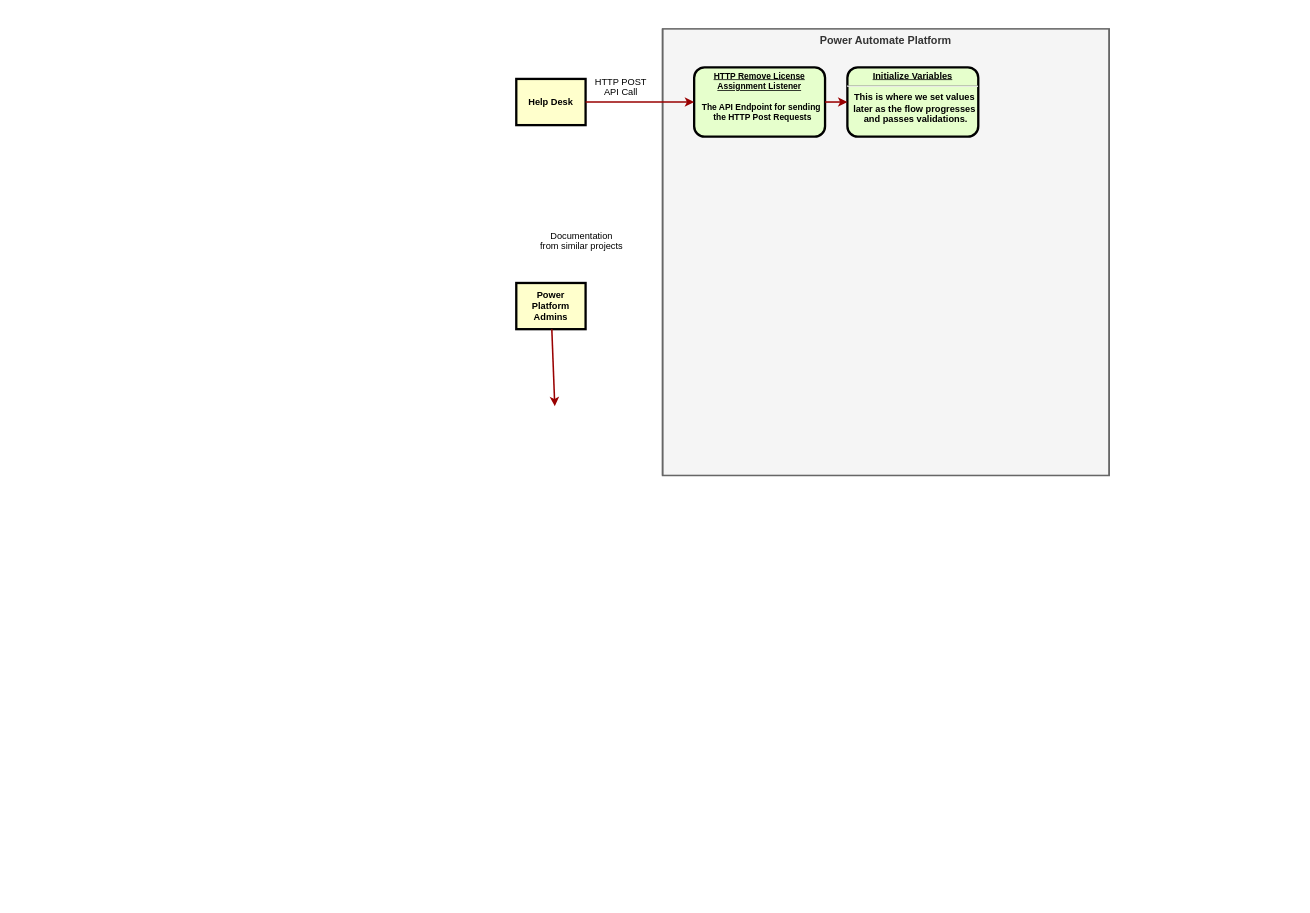
This is page "HTTP Remove Listener" (1 of 2) of Untitled Diagram.drawio from bennettadelson-org/diagrams, a draw.io file, before an edit. Source tidied: cells renumbered, new cells numbered last; positions are measured from the earlier drawing's top-left corner, leaving out a move shared by most shapes. Both pictures are drawn from the tidied source at 77%, with x=0, y=0 at pixel (516, 28).
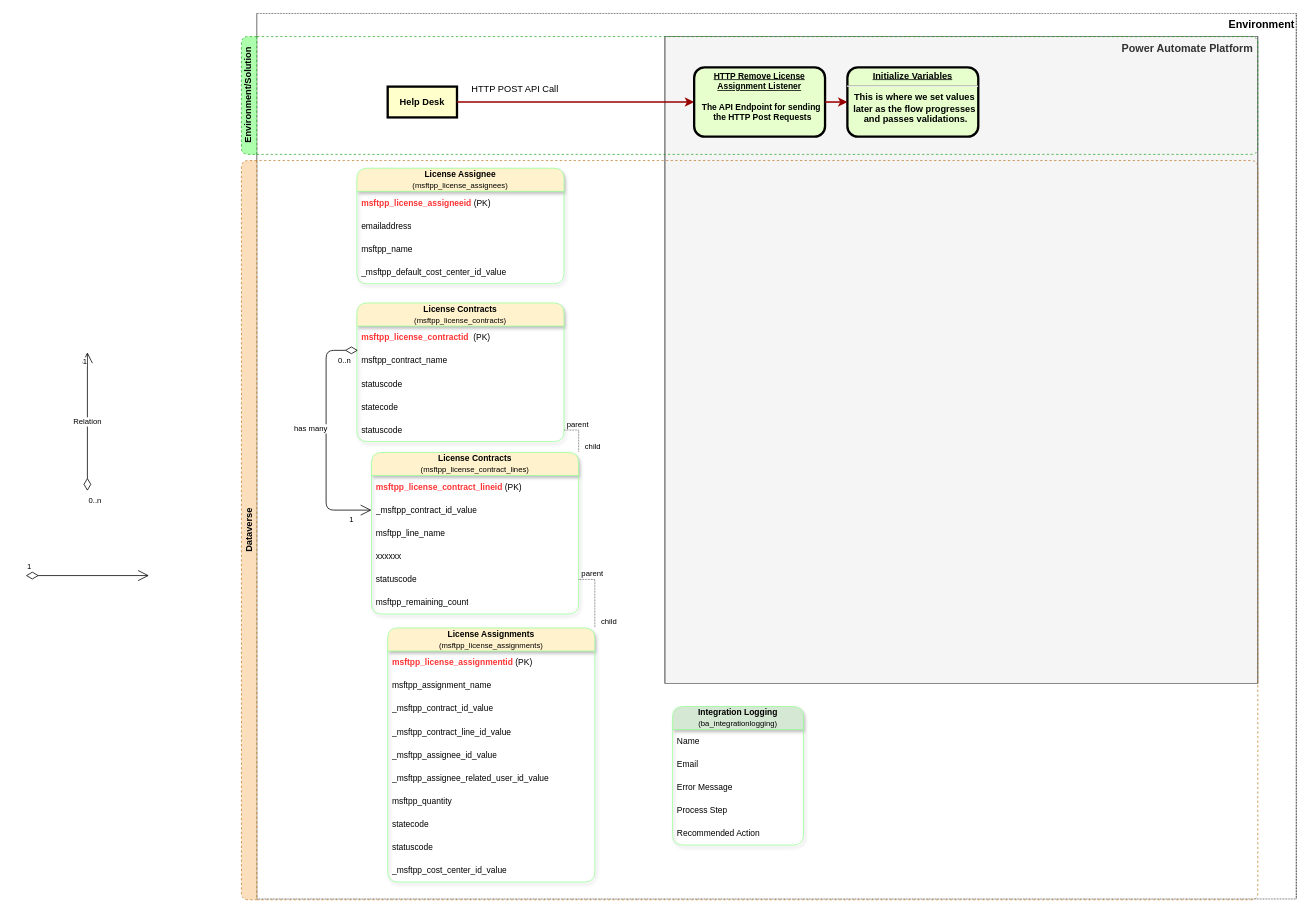
The same diagram, later.

The change refers to these unchanged cells:
```xml
<mxCell id="3" value="&lt;p style=&quot;margin: 0px; margin-top: 4px; text-align: center; text-decoration: underline;&quot;&gt;&lt;/p&gt;&lt;u style=&quot;font-size: 11px;&quot;&gt;&lt;font style=&quot;font-size: 11px;&quot;&gt;HTTP Remove License &lt;br&gt;Assignment Listener&lt;/font&gt;&lt;/u&gt;&lt;p style=&quot;margin: 0px 0px 0px 8px; font-size: 11px;&quot;&gt;&lt;br&gt;&lt;/p&gt;&lt;p style=&quot;margin: 0px 0px 0px 8px; font-size: 11px;&quot;&gt;The API Endpoint for sending&amp;nbsp;&lt;/p&gt;&lt;p style=&quot;margin: 0px 0px 0px 8px; font-size: 11px;&quot;&gt;the HTTP Post Requests&lt;/p&gt;" style="verticalAlign=middle;align=center;overflow=fill;fontSize=12;fontFamily=Helvetica;html=1;rounded=1;fontStyle=1;strokeWidth=3;fillColor=#E6FFCC;" parent="1" vertex="1">
  <mxGeometry x="231" y="50" width="170" height="90" as="geometry" />
</mxCell>
```

The edit, as a diff of the source:
```diff
@@
+    <mxCell id="12" value="Environment" style="shape=process;whiteSpace=wrap;align=right;verticalAlign=top;size=0;fontStyle=1;strokeWidth=1;fontSize=14;rounded=1;arcSize=0;glass=0;dashed=1;shadow=0;fillColor=#FFFFFF;opacity=80;dashPattern=1 1;" parent="1" vertex="1">
+      <mxGeometry x="-337" y="-20" width="1350" height="1150" as="geometry" />
+    </mxCell>
-    <mxCell id="2" value="Power Automate Platform" style="shape=process;whiteSpace=wrap;align=center;verticalAlign=top;size=0;fontStyle=1;strokeWidth=2;fillColor=#f5f5f5;fontSize=14;fontColor=#333333;strokeColor=#666666;" parent="1" vertex="1">
-      <mxGeometry x="190" width="580" height="580" as="geometry" />
+    <mxCell id="2" value="Power Automate Platform " style="shape=process;whiteSpace=wrap;align=right;verticalAlign=top;size=0;fontStyle=1;strokeWidth=1;fillColor=#f5f5f5;fontSize=14;fontColor=#333333;strokeColor=#666666;rounded=1;arcSize=0;" parent="1" vertex="1">
+      <mxGeometry x="193" y="10" width="770" height="840" as="geometry" />
     </mxCell>
+    <mxCell id="13" value="Environment/Solution" style="swimlane;horizontal=0;whiteSpace=wrap;html=1;rounded=1;shadow=0;glass=0;dashed=1;strokeColor=#009900;strokeWidth=1;fontSize=12;fillColor=#99FF99;opacity=80;startSize=20;" parent="1" vertex="1">
+      <mxGeometry x="-357" y="10" width="1320" height="153" as="geometry" />
+    </mxCell>
+    <mxCell id="6" value="Help Desk" style="whiteSpace=wrap;align=center;verticalAlign=middle;fontStyle=1;strokeWidth=3;fillColor=#FFFFCC;" parent="13" vertex="1">
+      <mxGeometry x="190" y="65" width="90" height="40" as="geometry" />
+    </mxCell>
+    <mxCell id="8" value="HTTP POST API Call" style="text;spacingTop=-5;align=center;" parent="13" vertex="1">
+      <mxGeometry x="320" y="59" width="71" height="20" as="geometry" />
+    </mxCell>
+    <mxCell id="10" style="edgeStyle=elbowEdgeStyle;elbow=horizontal;strokeColor=#990000;strokeWidth=2;exitX=1;exitY=0.5;exitDx=0;exitDy=0;entryX=0;entryY=0.5;entryDx=0;entryDy=0;" parent="1" edge="1" source="6" target="3">
+      <mxGeometry relative="1" as="geometry">
+        <Array as="points">
+          <mxPoint x="43" y="59" />
+        </Array>
+      </mxGeometry>
+    </mxCell>
+    <mxCell id="14" value="Dataverse" style="swimlane;horizontal=0;whiteSpace=wrap;html=1;rounded=1;shadow=0;glass=0;dashed=1;strokeColor=#b46504;strokeWidth=1;fontSize=12;fillColor=#fad7ac;opacity=80;startSize=20;" parent="1" vertex="1">
+      <mxGeometry x="-357" y="171" width="1320" height="960" as="geometry" />
+    </mxCell>
+    <mxCell id="15" value="&lt;b&gt;License Assignee&lt;/b&gt;&lt;br&gt;&lt;font style=&quot;font-size: 10px;&quot;&gt;(msftpp_license_assignees)&lt;/font&gt;" style="swimlane;fontStyle=0;horizontal=1;startSize=30;whiteSpace=wrap;html=1;rounded=1;shadow=1;glass=0;strokeWidth=1;fontSize=11;strokeColor=#99FF99;fillColor=#FFF2CC;" parent="14" vertex="1">
+      <mxGeometry x="150" y="10" width="269" height="150" as="geometry" />
+    </mxCell>
+    <mxCell id="16" value="msftpp_license_assigneeid&amp;nbsp;&lt;span style=&quot;font-weight: normal;&quot;&gt;&lt;font style=&quot;border-color: var(--border-color);&quot; color=&quot;#000000&quot;&gt;(PK)&lt;/font&gt;&lt;/span&gt;" style="text;strokeColor=none;fillColor=none;align=left;verticalAlign=middle;spacingLeft=4;spacingRight=4;overflow=hidden;whiteSpace=wrap;html=1;fontSize=11;fontStyle=1;shadow=0;fontColor=#FF3333;" parent="15" vertex="1">
+      <mxGeometry y="30" width="269" height="30" as="geometry" />
+    </mxCell>
+    <mxCell id="17" value="emailaddress" style="text;strokeColor=none;fillColor=none;align=left;verticalAlign=middle;spacingLeft=4;spacingRight=4;overflow=hidden;whiteSpace=wrap;html=1;fontSize=11;fontStyle=0;" parent="15" vertex="1">
+      <mxGeometry y="60" width="269" height="30" as="geometry" />
+    </mxCell>
+    <mxCell id="18" value="msftpp_name" style="text;strokeColor=none;fillColor=none;align=left;verticalAlign=middle;spacingLeft=4;spacingRight=4;overflow=hidden;whiteSpace=wrap;html=1;fontSize=11;fontStyle=0;" parent="15" vertex="1">
+      <mxGeometry y="90" width="269" height="30" as="geometry" />
+    </mxCell>
+    <mxCell id="19" value="_msftpp_default_cost_center_id_value" style="text;strokeColor=none;fillColor=none;align=left;verticalAlign=middle;spacingLeft=4;spacingRight=4;overflow=hidden;whiteSpace=wrap;html=1;fontSize=11;fontStyle=0;" parent="15" vertex="1">
+      <mxGeometry y="120" width="269" height="30" as="geometry" />
+    </mxCell>
+    <mxCell id="20" value="&lt;b&gt;License Contracts &lt;br&gt;&lt;/b&gt;&lt;font style=&quot;font-size: 10px;&quot;&gt;(msftpp_license_contracts)&lt;/font&gt;" style="swimlane;fontStyle=0;horizontal=1;startSize=30;whiteSpace=wrap;html=1;rounded=1;shadow=1;glass=0;strokeWidth=1;fontSize=11;strokeColor=#99FF99;fillColor=#FFF2CC;" parent="14" vertex="1">
+      <mxGeometry x="150" y="185" width="269" height="180" as="geometry" />
+    </mxCell>
+    <mxCell id="21" value="msftpp_license_contractid&amp;nbsp;&amp;nbsp;&lt;span style=&quot;font-weight: normal;&quot;&gt;&lt;font color=&quot;#000000&quot;&gt;(PK)&lt;/font&gt;&lt;/span&gt;" style="text;strokeColor=none;fillColor=none;align=left;verticalAlign=middle;spacingLeft=4;spacingRight=4;overflow=hidden;whiteSpace=wrap;html=1;fontSize=11;fontStyle=1;shadow=0;fontColor=#FF3333;" parent="20" vertex="1">
+      <mxGeometry y="30" width="269" height="30" as="geometry" />
+    </mxCell>
+    <mxCell id="22" value="msftpp_contract_name" style="text;strokeColor=none;fillColor=none;align=left;verticalAlign=middle;spacingLeft=4;spacingRight=4;overflow=hidden;points=[[0,0.5],[1,0.5]];portConstraint=eastwest;whiteSpace=wrap;html=1;fontSize=11;fontStyle=0;" parent="20" vertex="1">
+      <mxGeometry y="60" width="269" height="30" as="geometry" />
+    </mxCell>
+    <mxCell id="23" value="statuscode" style="text;strokeColor=none;fillColor=none;align=left;verticalAlign=middle;spacingLeft=4;spacingRight=4;overflow=hidden;whiteSpace=wrap;html=1;fontSize=11;fontStyle=0;" parent="20" vertex="1">
+      <mxGeometry y="90" width="269" height="30" as="geometry" />
+    </mxCell>
+    <mxCell id="24" value="statecode" style="text;strokeColor=none;fillColor=none;align=left;verticalAlign=middle;spacingLeft=4;spacingRight=4;overflow=hidden;whiteSpace=wrap;html=1;fontSize=11;fontStyle=0;" parent="20" vertex="1">
+      <mxGeometry y="120" width="269" height="30" as="geometry" />
+    </mxCell>
+    <mxCell id="25" value="statuscode" style="text;strokeColor=none;fillColor=none;align=left;verticalAlign=middle;spacingLeft=4;spacingRight=4;overflow=hidden;whiteSpace=wrap;html=1;fontSize=11;fontStyle=0;" parent="20" vertex="1">
+      <mxGeometry y="150" width="269" height="30" as="geometry" />
+    </mxCell>
+    <mxCell id="26" value="&lt;b&gt;License Assignments&lt;br&gt;&lt;/b&gt;&lt;font style=&quot;font-size: 10px;&quot;&gt;(msftpp_license_assignments)&lt;/font&gt;" style="swimlane;fontStyle=0;horizontal=1;startSize=30;whiteSpace=wrap;html=1;rounded=1;shadow=1;glass=0;strokeWidth=1;fontSize=11;strokeColor=#99FF99;fillColor=#FFF2CC;" parent="14" vertex="1">
+      <mxGeometry x="190" y="607" width="269" height="330" as="geometry" />
+    </mxCell>
+    <mxCell id="27" value="msftpp_license_assignmentid&amp;nbsp;&lt;span style=&quot;font-weight: normal;&quot;&gt;&lt;font color=&quot;#000000&quot;&gt;(PK)&lt;/font&gt;&lt;/span&gt;" style="text;strokeColor=none;fillColor=none;align=left;verticalAlign=middle;spacingLeft=4;spacingRight=4;overflow=hidden;whiteSpace=wrap;html=1;fontSize=11;fontStyle=1;shadow=0;fontColor=#FF3333;" parent="26" vertex="1">
+      <mxGeometry y="30" width="269" height="30" as="geometry" />
+    </mxCell>
+    <mxCell id="28" value="msftpp_assignment_name" style="text;strokeColor=none;fillColor=none;align=left;verticalAlign=middle;spacingLeft=4;spacingRight=4;overflow=hidden;whiteSpace=wrap;html=1;fontSize=11;fontStyle=0;" parent="26" vertex="1">
+      <mxGeometry y="60" width="269" height="30" as="geometry" />
+    </mxCell>
+    <mxCell id="29" value="_msftpp_contract_id_value" style="text;strokeColor=none;fillColor=none;align=left;verticalAlign=middle;spacingLeft=4;spacingRight=4;overflow=hidden;whiteSpace=wrap;html=1;fontSize=11;fontStyle=0;" parent="26" vertex="1">
+      <mxGeometry y="90" width="269" height="30" as="geometry" />
+    </mxCell>
+    <mxCell id="30" value="_msftpp_contract_line_id_value" style="text;strokeColor=none;fillColor=none;align=left;verticalAlign=middle;spacingLeft=4;spacingRight=4;overflow=hidden;whiteSpace=wrap;html=1;fontSize=11;fontStyle=0;" parent="26" vertex="1">
+      <mxGeometry y="120" width="269" height="30" as="geometry" />
+    </mxCell>
+    <mxCell id="31" value="_msftpp_assignee_id_value" style="text;strokeColor=none;fillColor=none;align=left;verticalAlign=middle;spacingLeft=4;spacingRight=4;overflow=hidden;whiteSpace=wrap;html=1;fontSize=11;fontStyle=0;" parent="26" vertex="1">
+      <mxGeometry y="150" width="269" height="30" as="geometry" />
+    </mxCell>
+    <mxCell id="32" value="_msftpp_assignee_related_user_id_value" style="text;strokeColor=none;fillColor=none;align=left;verticalAlign=middle;spacingLeft=4;spacingRight=4;overflow=hidden;whiteSpace=wrap;html=1;fontSize=11;fontStyle=0;" parent="26" vertex="1">
+      <mxGeometry y="180" width="269" height="30" as="geometry" />
+    </mxCell>
+    <mxCell id="33" value="msftpp_quantity" style="text;strokeColor=none;fillColor=none;align=left;verticalAlign=middle;spacingLeft=4;spacingRight=4;overflow=hidden;whiteSpace=wrap;html=1;fontSize=11;fontStyle=0;" parent="26" vertex="1">
+      <mxGeometry y="210" width="269" height="30" as="geometry" />
+    </mxCell>
+    <mxCell id="34" value="statecode" style="text;strokeColor=none;fillColor=none;align=left;verticalAlign=middle;spacingLeft=4;spacingRight=4;overflow=hidden;whiteSpace=wrap;html=1;fontSize=11;fontStyle=0;" parent="26" vertex="1">
+      <mxGeometry y="240" width="269" height="30" as="geometry" />
+    </mxCell>
+    <mxCell id="35" value="statuscode" style="text;strokeColor=none;fillColor=none;align=left;verticalAlign=middle;spacingLeft=4;spacingRight=4;overflow=hidden;whiteSpace=wrap;html=1;fontSize=11;fontStyle=0;" parent="26" vertex="1">
+      <mxGeometry y="270" width="269" height="30" as="geometry" />
+    </mxCell>
+    <mxCell id="36" value="_msftpp_cost_center_id_value" style="text;strokeColor=none;fillColor=none;align=left;verticalAlign=middle;spacingLeft=4;spacingRight=4;overflow=hidden;whiteSpace=wrap;html=1;fontSize=11;fontStyle=0;" parent="26" vertex="1">
+      <mxGeometry y="300" width="269" height="30" as="geometry" />
+    </mxCell>
+    <mxCell id="37" value="&lt;b&gt;License Contracts &lt;br&gt;&lt;/b&gt;&lt;font style=&quot;font-size: 10px;&quot;&gt;(msftpp_license_contract_lines)&lt;/font&gt;" style="swimlane;fontStyle=0;horizontal=1;startSize=30;whiteSpace=wrap;html=1;rounded=1;shadow=1;glass=0;strokeWidth=1;fontSize=11;strokeColor=#99FF99;fillColor=#FFF2CC;" parent="14" vertex="1">
+      <mxGeometry x="169" y="379" width="269" height="210" as="geometry" />
+    </mxCell>
+    <mxCell id="38" value="msftpp_license_contract_lineid&amp;nbsp;&lt;span style=&quot;font-weight: normal;&quot;&gt;&lt;font color=&quot;#000000&quot;&gt;(PK)&lt;/font&gt;&lt;/span&gt;" style="text;strokeColor=none;fillColor=none;align=left;verticalAlign=middle;spacingLeft=4;spacingRight=4;overflow=hidden;whiteSpace=wrap;html=1;fontSize=11;fontStyle=1;shadow=0;fontColor=#FF3333;" parent="37" vertex="1">
+      <mxGeometry y="30" width="269" height="30" as="geometry" />
+    </mxCell>
+    <mxCell id="39" value="_msftpp_contract_id_value" style="text;strokeColor=none;fillColor=none;align=left;verticalAlign=middle;spacingLeft=4;spacingRight=4;overflow=hidden;points=[[0,0.5],[1,0.5]];portConstraint=eastwest;whiteSpace=wrap;html=1;fontSize=11;fontStyle=0;" parent="37" vertex="1">
+      <mxGeometry y="60" width="269" height="30" as="geometry" />
+    </mxCell>
+    <mxCell id="40" value="msftpp_line_name" style="text;strokeColor=none;fillColor=none;align=left;verticalAlign=middle;spacingLeft=4;spacingRight=4;overflow=hidden;whiteSpace=wrap;html=1;fontSize=11;fontStyle=0;" parent="37" vertex="1">
+      <mxGeometry y="90" width="269" height="30" as="geometry" />
+    </mxCell>
+    <mxCell id="41" value="xxxxxx" style="text;strokeColor=none;fillColor=none;align=left;verticalAlign=middle;spacingLeft=4;spacingRight=4;overflow=hidden;whiteSpace=wrap;html=1;fontSize=11;fontStyle=0;" parent="37" vertex="1">
+      <mxGeometry y="120" width="269" height="30" as="geometry" />
+    </mxCell>
+    <mxCell id="42" value="statuscode" style="text;strokeColor=none;fillColor=none;align=left;verticalAlign=middle;spacingLeft=4;spacingRight=4;overflow=hidden;points=[[0,0.5],[1,0.5]];portConstraint=eastwest;whiteSpace=wrap;html=1;fontSize=11;fontStyle=0;" parent="37" vertex="1">
+      <mxGeometry y="150" width="269" height="30" as="geometry" />
+    </mxCell>
+    <mxCell id="43" value="msftpp_remaining_count" style="text;strokeColor=none;fillColor=none;align=left;verticalAlign=middle;spacingLeft=4;spacingRight=4;overflow=hidden;whiteSpace=wrap;html=1;fontSize=11;fontStyle=0;" parent="37" vertex="1">
+      <mxGeometry y="180" width="269" height="30" as="geometry" />
+    </mxCell>
+    <mxCell id="44" value="&lt;b&gt;Integration Logging&lt;br&gt;&lt;/b&gt;&lt;font style=&quot;font-size: 10px;&quot;&gt;(ba_integrationlogging)&lt;/font&gt;" style="swimlane;fontStyle=0;horizontal=1;startSize=30;whiteSpace=wrap;html=1;rounded=1;shadow=1;glass=0;strokeWidth=1;fontSize=11;strokeColor=#99FF99;fillColor=#D5E8D4;" parent="14" vertex="1">
+      <mxGeometry x="560" y="709" width="170" height="180" as="geometry" />
+    </mxCell>
+    <mxCell id="45" value="Name" style="text;strokeColor=none;fillColor=none;align=left;verticalAlign=middle;spacingLeft=4;spacingRight=4;overflow=hidden;whiteSpace=wrap;html=1;fontSize=11;fontStyle=0;" parent="44" vertex="1">
+      <mxGeometry y="30" width="170" height="30" as="geometry" />
+    </mxCell>
+    <mxCell id="46" value="Email" style="text;strokeColor=none;fillColor=none;align=left;verticalAlign=middle;spacingLeft=4;spacingRight=4;overflow=hidden;whiteSpace=wrap;html=1;fontSize=11;fontStyle=0;" parent="44" vertex="1">
+      <mxGeometry y="60" width="170" height="30" as="geometry" />
+    </mxCell>
+    <mxCell id="47" value="Error Message" style="text;strokeColor=none;fillColor=none;align=left;verticalAlign=middle;spacingLeft=4;spacingRight=4;overflow=hidden;whiteSpace=wrap;html=1;fontSize=11;fontStyle=0;" parent="44" vertex="1">
+      <mxGeometry y="90" width="170" height="30" as="geometry" />
+    </mxCell>
+    <mxCell id="48" value="Process Step" style="text;strokeColor=none;fillColor=none;align=left;verticalAlign=middle;spacingLeft=4;spacingRight=4;overflow=hidden;whiteSpace=wrap;html=1;fontSize=11;fontStyle=0;" parent="44" vertex="1">
+      <mxGeometry y="120" width="170" height="30" as="geometry" />
+    </mxCell>
+    <mxCell id="49" value="Recommended Action" style="text;strokeColor=none;fillColor=none;align=left;verticalAlign=middle;spacingLeft=4;spacingRight=4;overflow=hidden;whiteSpace=wrap;html=1;fontSize=11;fontStyle=0;" parent="44" vertex="1">
+      <mxGeometry y="150" width="170" height="30" as="geometry" />
+    </mxCell>
+    <mxCell id="50" style="endArrow=none;html=1;edgeStyle=orthogonalEdgeStyle;rounded=0;fontSize=10;fontColor=#000000;entryX=1;entryY=0;entryDx=0;entryDy=0;dashed=1;dashPattern=1 1;strokeColor=#4D4D4D;" parent="14" edge="1" source="20" target="37">
+      <mxGeometry relative="1" as="geometry">
+        <Array as="points">
+          <mxPoint x="438" y="350" />
+        </Array>
+      </mxGeometry>
+    </mxCell>
+    <mxCell id="51" value="parent" style="edgeLabel;html=1;align=left;verticalAlign=bottom;rounded=1;shadow=0;glass=0;dashed=1;dashPattern=1 1;sketch=1;strokeColor=#009900;strokeWidth=1;fontSize=10;fontColor=#000000;fillColor=#99FF99;opacity=80;" parent="50" vertex="1">
+      <mxGeometry x="-1" relative="1" as="geometry">
+        <mxPoint x="2" as="offset" />
+      </mxGeometry>
+    </mxCell>
+    <mxCell id="52" value="child" style="edgeLabel;html=1;align=right;verticalAlign=bottom;rounded=1;shadow=0;glass=0;dashed=1;dashPattern=1 1;sketch=1;strokeColor=#009900;strokeWidth=1;fontSize=10;fontColor=#000000;fillColor=#99FF99;opacity=80;" parent="50" vertex="1">
+      <mxGeometry x="1" relative="1" as="geometry">
+        <mxPoint x="29" as="offset" />
+      </mxGeometry>
+    </mxCell>
+    <mxCell id="53" style="endArrow=none;html=1;edgeStyle=orthogonalEdgeStyle;rounded=0;fontSize=10;fontColor=#000000;exitX=1;exitY=0.5;exitDx=0;exitDy=0;entryX=1;entryY=0;entryDx=0;entryDy=0;dashed=1;dashPattern=1 1;strokeColor=#4D4D4D;" parent="14" edge="1" source="42" target="26">
+      <mxGeometry relative="1" as="geometry">
+        <Array as="points">
+          <mxPoint x="459" y="544" />
+        </Array>
+      </mxGeometry>
+    </mxCell>
+    <mxCell id="54" value="parent" style="edgeLabel;html=1;align=left;verticalAlign=bottom;rounded=1;shadow=0;glass=0;dashed=1;dashPattern=1 1;sketch=1;strokeColor=#009900;strokeWidth=1;fontSize=10;fontColor=#000000;fillColor=#99FF99;opacity=80;" parent="53" vertex="1">
+      <mxGeometry x="-1" relative="1" as="geometry">
+        <mxPoint x="2" as="offset" />
+      </mxGeometry>
+    </mxCell>
+    <mxCell id="55" value="child" style="edgeLabel;html=1;align=right;verticalAlign=bottom;rounded=1;shadow=0;glass=0;dashed=1;dashPattern=1 1;sketch=1;strokeColor=#009900;strokeWidth=1;fontSize=10;fontColor=#000000;fillColor=#99FF99;opacity=80;" parent="53" vertex="1">
+      <mxGeometry x="1" relative="1" as="geometry">
+        <mxPoint x="29" as="offset" />
+      </mxGeometry>
+    </mxCell>
+    <mxCell id="56" value="has many" style="endArrow=open;endSize=12;startArrow=diamondThin;startSize=14;startFill=0;edgeStyle=orthogonalEdgeStyle;rounded=1;fontSize=10;fontColor=#000000;exitX=0.005;exitY=0.05;exitDx=0;exitDy=0;exitPerimeter=0;entryX=0;entryY=0.5;entryDx=0;entryDy=0;jumpStyle=arc;labelPosition=center;verticalLabelPosition=top;align=center;verticalAlign=middle;textDirection=ltr;html=1;" parent="14" edge="1" source="22" target="39">
+      <mxGeometry x="-0.07" y="-20" relative="1" as="geometry">
+        <Array as="points">
+          <mxPoint x="110" y="247" />
+          <mxPoint x="110" y="454" />
+        </Array>
+      </mxGeometry>
+    </mxCell>
+    <mxCell id="57" value="0..n" style="edgeLabel;html=1;align=left;verticalAlign=top;rounded=1;shadow=0;glass=0;dashed=1;dashPattern=1 1;sketch=1;strokeColor=#009900;strokeWidth=1;fontSize=10;fontColor=#000000;fillColor=#99FF99;opacity=80;" parent="56" vertex="1">
+      <mxGeometry x="-1" relative="1" as="geometry">
+        <mxPoint x="-27" as="offset" />
+      </mxGeometry>
+    </mxCell>
+    <mxCell id="58" value="1" style="edgeLabel;html=1;align=right;verticalAlign=top;rounded=1;shadow=0;glass=0;dashed=1;dashPattern=1 1;sketch=1;strokeColor=#009900;strokeWidth=1;fontSize=10;fontColor=#000000;fillColor=#99FF99;opacity=80;" parent="56" vertex="1">
+      <mxGeometry x="1" relative="1" as="geometry">
+        <mxPoint x="-23" as="offset" />
+      </mxGeometry>
+    </mxCell>
@@
-    <mxCell id="4" value="Power Platform Admins" style="whiteSpace=wrap;align=center;verticalAlign=middle;fontStyle=1;strokeWidth=3;fillColor=#FFFFCC;" parent="1" vertex="1">
-      <mxGeometry y="330" width="90" height="60" as="geometry" />
-    </mxCell>
@@
-    <mxCell id="6" value="Help Desk" style="whiteSpace=wrap;align=center;verticalAlign=middle;fontStyle=1;strokeWidth=3;fillColor=#FFFFCC;" parent="1" vertex="1">
-      <mxGeometry y="65" width="90" height="60" as="geometry" />
-    </mxCell>
-    <mxCell id="7" style="edgeStyle=none;noEdgeStyle=1;strokeColor=#990000;strokeWidth=2;" parent="1" edge="1" source="4">
-      <mxGeometry relative="1" as="geometry">
-        <mxPoint x="50" y="490" as="targetPoint" />
-      </mxGeometry>
-    </mxCell>
-    <mxCell id="8" value="HTTP POST &#10;API Call" style="text;spacingTop=-5;align=center;" parent="1" vertex="1">
-      <mxGeometry x="121" y="60" width="30" height="20" as="geometry" />
-    </mxCell>
-    <mxCell id="9" value="Documentation&#10;from similar projects" style="text;spacingTop=-5;align=center;" parent="1" vertex="1">
-      <mxGeometry x="70" y="260" width="30" height="20" as="geometry" />
-    </mxCell>
-    <mxCell id="10" style="edgeStyle=elbowEdgeStyle;elbow=horizontal;strokeColor=#990000;strokeWidth=2;exitX=1;exitY=0.5;exitDx=0;exitDy=0;entryX=0;entryY=0.5;entryDx=0;entryDy=0;" parent="1" edge="1" source="6" target="3">
-      <mxGeometry relative="1" as="geometry">
-        <Array as="points">
-          <mxPoint x="190" y="50" />
-        </Array>
-      </mxGeometry>
-    </mxCell>
@@
+    <mxCell id="59" value="Relation" style="endArrow=open;html=1;endSize=12;startArrow=diamondThin;startSize=14;startFill=0;edgeStyle=orthogonalEdgeStyle;rounded=0;fontSize=10;fontColor=#000000;" parent="1" edge="1">
+      <mxGeometry relative="1" as="geometry">
+        <mxPoint x="-557" y="600" as="sourcePoint" />
+        <mxPoint x="-557" y="420" as="targetPoint" />
+      </mxGeometry>
+    </mxCell>
+    <mxCell id="60" value="0..n" style="edgeLabel;html=1;align=left;verticalAlign=top;rounded=1;shadow=0;glass=0;dashed=1;dashPattern=1 1;sketch=1;strokeColor=#009900;strokeWidth=1;fontSize=10;fontColor=#000000;fillColor=#99FF99;opacity=80;" parent="59" vertex="1">
+      <mxGeometry x="-1" relative="1" as="geometry" />
+    </mxCell>
+    <mxCell id="61" value="1" style="edgeLabel;html=1;align=right;verticalAlign=top;rounded=1;shadow=0;glass=0;dashed=1;dashPattern=1 1;sketch=1;strokeColor=#009900;strokeWidth=1;fontSize=10;fontColor=#000000;fillColor=#99FF99;opacity=80;" parent="59" vertex="1">
+      <mxGeometry x="1" relative="1" as="geometry" />
+    </mxCell>
+    <mxCell id="62" value="1" style="endArrow=open;html=1;endSize=12;startArrow=diamondThin;startSize=14;startFill=0;edgeStyle=orthogonalEdgeStyle;align=left;verticalAlign=bottom;rounded=0;fontSize=10;fontColor=#000000;" parent="1" edge="1">
+      <mxGeometry x="-1" y="3" relative="1" as="geometry">
+        <mxPoint x="-637" y="710" as="sourcePoint" />
+        <mxPoint x="-477" y="710" as="targetPoint" />
+      </mxGeometry>
+    </mxCell>
```
